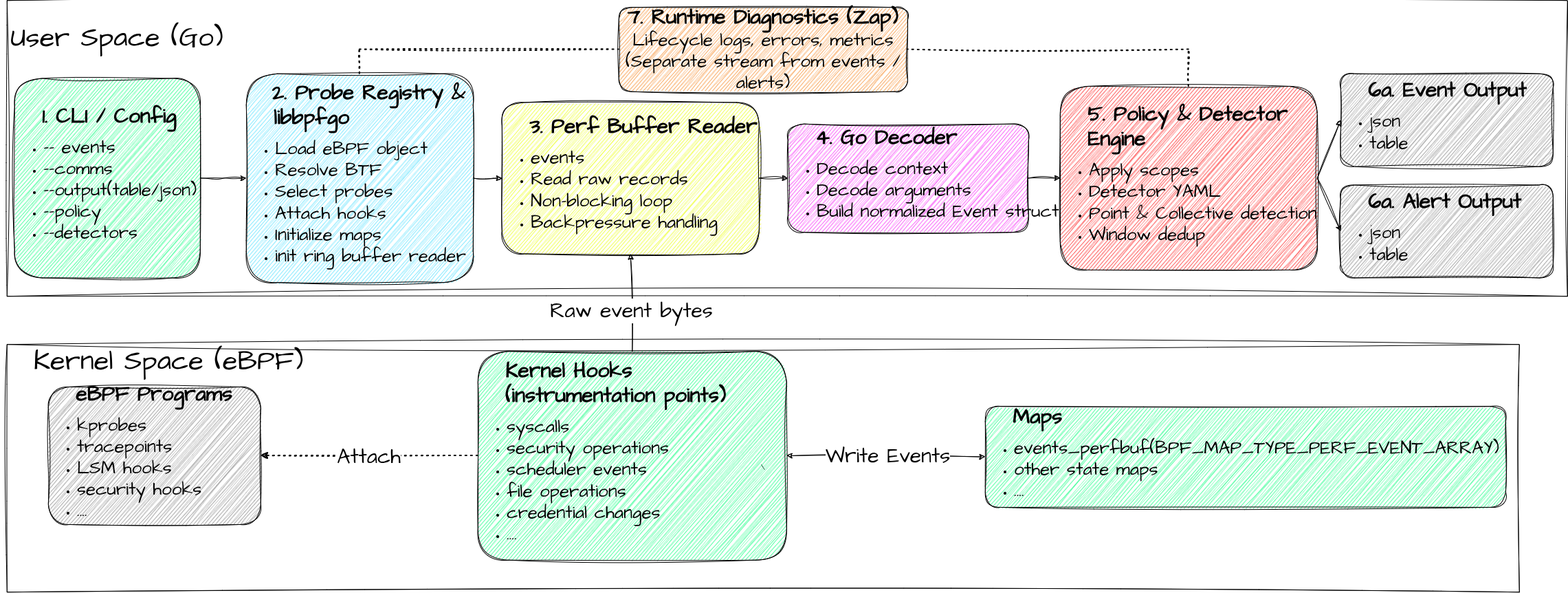
Earlier version of the draw.io export figures/chapter3/kernel-userspace-architecture.drawio.png (sroman0/Thesis). Source tidied: cells renumbered, new cells last; positions are measured from the earlier drawing's top-left corner, leaving out a move shared by most shapes.
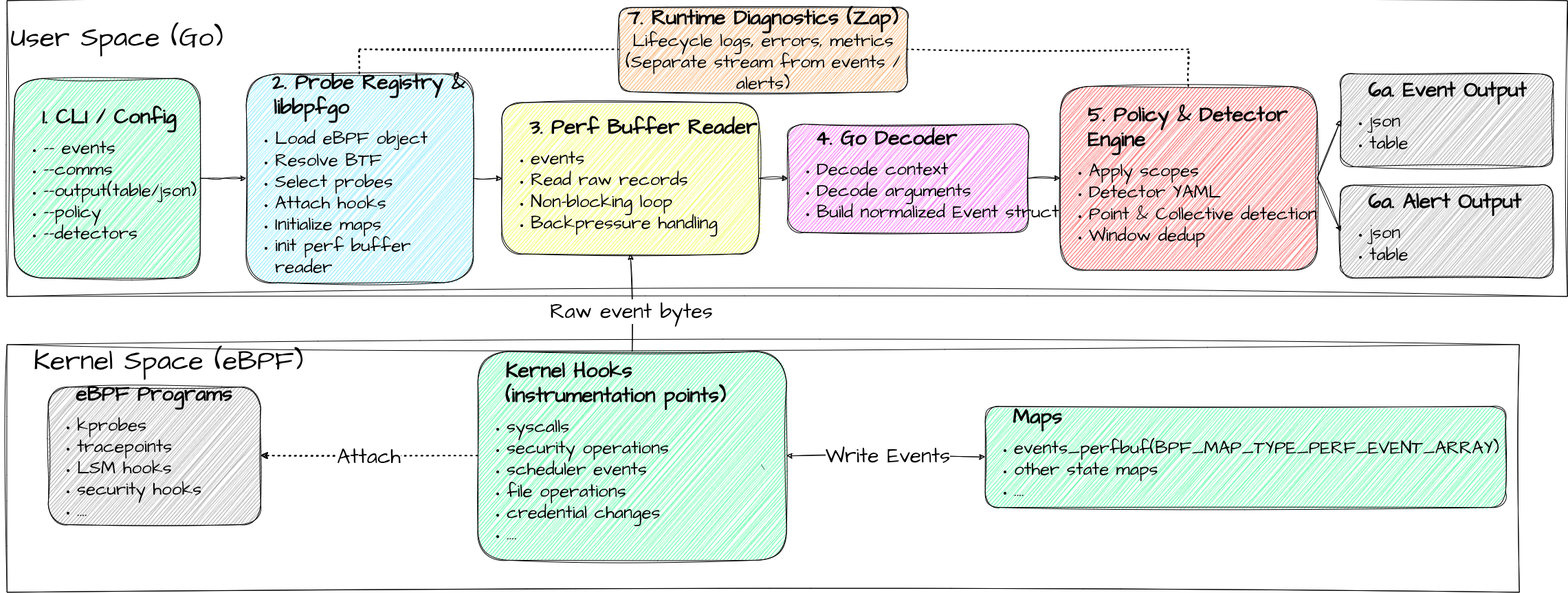
Above is the later version.

The edit, as a diff of the source:
```diff
@@ -17,7 +17,7 @@
     <mxCell id="6" style="edgeStyle=orthogonalEdgeStyle;rounded=0;sketch=1;hachureGap=4;jiggle=2;curveFitting=1;jettySize=auto;html=1;exitX=1;exitY=0.5;exitDx=0;exitDy=0;entryX=0;entryY=0.5;entryDx=0;entryDy=0;fontFamily=Architects Daughter;fontSource=https%3A%2F%2Ffonts.googleapis.com%2Fcss%3Ffamily%3DArchitects%2BDaughter;" parent="1" edge="1" source="7" target="8">
       <mxGeometry relative="1" as="geometry" />
     </mxCell>
-    <mxCell id="7" value="&lt;b&gt;&lt;font style=&quot;font-size: 30px;&quot;&gt;&amp;nbsp; &amp;nbsp;2. Probe Registry &amp;amp; &lt;span style=&quot;white-space: pre;&quot;&gt;&#9;&lt;/span&gt;libbpfgo&lt;/font&gt;&lt;/b&gt;&lt;div&gt;&lt;ul&gt;&lt;li&gt;&lt;font style=&quot;font-size: 26px;&quot;&gt;Load eBPF object&lt;/font&gt;&lt;font style=&quot;font-size: 22px;&quot;&gt;&amp;nbsp;&lt;/font&gt;&lt;/li&gt;&lt;li&gt;&lt;font style=&quot;font-size: 26px;&quot;&gt;Resolve BTF&lt;/font&gt;&lt;/li&gt;&lt;li&gt;&lt;font style=&quot;font-size: 26px;&quot;&gt;Select probes&lt;/font&gt;&lt;/li&gt;&lt;li&gt;&lt;font style=&quot;font-size: 26px;&quot;&gt;Attach hooks&lt;/font&gt;&lt;/li&gt;&lt;li&gt;&lt;font style=&quot;font-size: 26px;&quot;&gt;Initialize maps&lt;/font&gt;&lt;/li&gt;&lt;li&gt;&lt;font style=&quot;font-size: 26px;&quot;&gt;init ring buffer reader&lt;/font&gt;&lt;/li&gt;&lt;/ul&gt;&lt;/div&gt;" style="rounded=1;whiteSpace=wrap;html=1;sketch=1;hachureGap=4;jiggle=2;curveFitting=1;fontFamily=Architects Daughter;fontSource=https%3A%2F%2Ffonts.googleapis.com%2Fcss%3Ffamily%3DArchitects%2BDaughter;fillColor=#6FE5FF;align=left;" parent="1" vertex="1">
+    <mxCell id="7" value="&lt;b&gt;&lt;font style=&quot;font-size: 30px;&quot;&gt;&amp;nbsp; &amp;nbsp;2. Probe Registry &amp;amp; &lt;span style=&quot;white-space: pre;&quot;&gt;&#9;&lt;/span&gt;libbpfgo&lt;/font&gt;&lt;/b&gt;&lt;div&gt;&lt;ul&gt;&lt;li&gt;&lt;font style=&quot;font-size: 26px;&quot;&gt;Load eBPF object&lt;/font&gt;&lt;font style=&quot;font-size: 22px;&quot;&gt;&amp;nbsp;&lt;/font&gt;&lt;/li&gt;&lt;li&gt;&lt;font style=&quot;font-size: 26px;&quot;&gt;Resolve BTF&lt;/font&gt;&lt;/li&gt;&lt;li&gt;&lt;font style=&quot;font-size: 26px;&quot;&gt;Select probes&lt;/font&gt;&lt;/li&gt;&lt;li&gt;&lt;font style=&quot;font-size: 26px;&quot;&gt;Attach hooks&lt;/font&gt;&lt;/li&gt;&lt;li&gt;&lt;font style=&quot;font-size: 26px;&quot;&gt;Initialize maps&lt;/font&gt;&lt;/li&gt;&lt;li&gt;&lt;font style=&quot;font-size: 26px;&quot;&gt;init perf buffer reader&lt;/font&gt;&lt;/li&gt;&lt;/ul&gt;&lt;/div&gt;" style="rounded=1;whiteSpace=wrap;html=1;sketch=1;hachureGap=4;jiggle=2;curveFitting=1;fontFamily=Architects Daughter;fontSource=https%3A%2F%2Ffonts.googleapis.com%2Fcss%3Ffamily%3DArchitects%2BDaughter;fillColor=#6FE5FF;align=left;" parent="1" vertex="1">
       <mxGeometry x="358" y="106.5" width="330" height="303.5" as="geometry" />
     </mxCell>
     <mxCell id="8" value="&lt;b&gt;&lt;font style=&quot;&quot;&gt;&lt;span style=&quot;font-size: 18px; white-space: pre;&quot;&gt;&#9;&lt;/span&gt;&lt;font style=&quot;font-size: 30px;&quot;&gt;3. Perf Buffer Reader&lt;/font&gt;&lt;/font&gt;&lt;/b&gt;&lt;div&gt;&lt;ul&gt;&lt;li&gt;&lt;span style=&quot;font-size: 26px; white-space: pre;&quot;&gt;events&lt;/span&gt;&lt;/li&gt;&lt;li&gt;&lt;span style=&quot;white-space: pre;&quot;&gt;&lt;font style=&quot;font-size: 26px;&quot;&gt;Read raw records&lt;/font&gt;&lt;/span&gt;&lt;/li&gt;&lt;li&gt;&lt;span style=&quot;white-space: pre;&quot;&gt;&lt;font style=&quot;font-size: 26px;&quot;&gt;Non-blocking loop&lt;/font&gt;&lt;/span&gt;&lt;/li&gt;&lt;li&gt;&lt;span style=&quot;white-space: pre;&quot;&gt;&lt;font style=&quot;font-size: 26px;&quot;&gt;Backpressure handling&lt;/font&gt;&lt;/span&gt;&lt;/li&gt;&lt;/ul&gt;&lt;/div&gt;" style="rounded=1;whiteSpace=wrap;html=1;sketch=1;hachureGap=4;jiggle=2;curveFitting=1;fontFamily=Architects Daughter;fontSource=https://fonts.googleapis.com/css?family=Architects+Daughter;fillColor=#EEFF3B;align=left;" parent="1" vertex="1">
```
